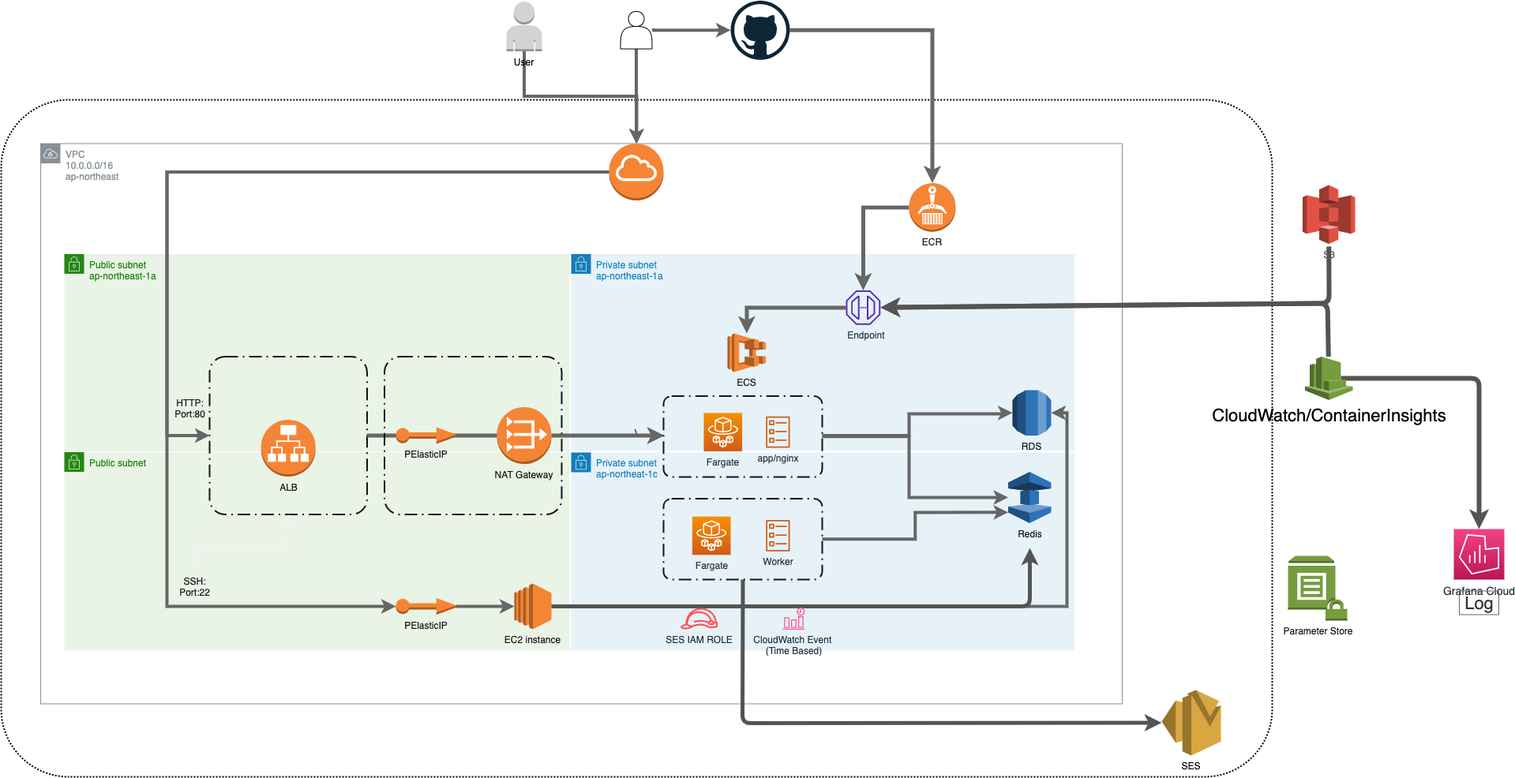
This is .doc/aws.png from comu2e/DemoTerraform, a draw.io export, as it was before one commit. Source tidied: cells renumbered, new cells last; positions are measured from the earlier drawing's top-left corner, leaving out a move shared by most shapes.
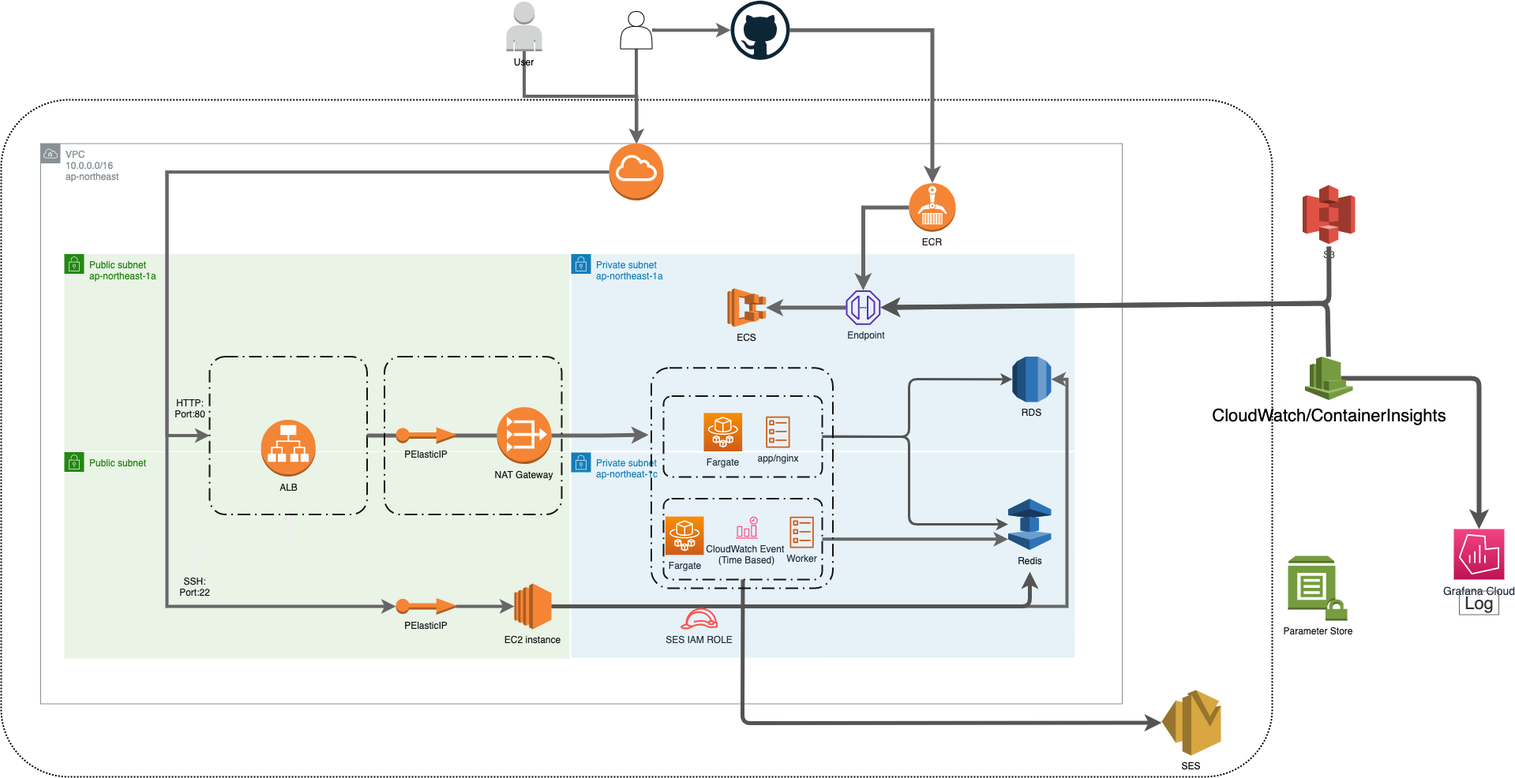
The same diagram one commit later.

The edit, as a diff of the source:
```diff
@@ -12,18 +12,16 @@
       <mxGeometry x="50" y="181.5" width="1370" height="710" as="geometry" />
     </mxCell>
     <mxCell id="5" value="Private subnet&lt;br&gt;ap-northeat-1c" style="gradientColor=none;html=1;whiteSpace=wrap;fontSize=12;fontStyle=0;shape=mxgraph.aws4.group;grIcon=mxgraph.aws4.group_security_group;grStroke=0;strokeColor=#147EBA;fillColor=#E6F2F8;verticalAlign=top;align=left;spacingLeft=30;fontColor=#147EBA;dashed=0;" parent="1" vertex="1">
-      <mxGeometry x="722" y="573" width="638" height="251" as="geometry" />
+      <mxGeometry x="722" y="573" width="638" height="260" as="geometry" />
     </mxCell>
     <mxCell id="6" value="Public subnet" style="gradientColor=none;html=1;whiteSpace=wrap;fontSize=12;fontStyle=0;shape=mxgraph.aws4.group;grIcon=mxgraph.aws4.group_security_group;grStroke=0;strokeColor=#248814;fillColor=#E9F3E6;verticalAlign=top;align=left;spacingLeft=30;fontColor=#248814;dashed=0;" parent="1" vertex="1">
-      <mxGeometry x="80" y="572.5" width="640" height="251.5" as="geometry" />
+      <mxGeometry x="80" y="572.5" width="640" height="261.5" as="geometry" />
     </mxCell>
     <mxCell id="7" value="Public subnet&lt;br&gt;ap-northeast-1a" style="gradientColor=none;html=1;whiteSpace=wrap;fontSize=12;fontStyle=0;shape=mxgraph.aws4.group;grIcon=mxgraph.aws4.group_security_group;grStroke=0;strokeColor=#248814;fillColor=#E9F3E6;verticalAlign=top;align=left;spacingLeft=30;fontColor=#248814;dashed=0;" parent="1" vertex="1">
       <mxGeometry x="80" y="321.5" width="640" height="250" as="geometry" />
     </mxCell>
-    <mxCell id="8" style="edgeStyle=orthogonalEdgeStyle;rounded=0;jettySize=auto;html=1;exitX=1;exitY=0.5;exitDx=0;exitDy=0;entryX=0;entryY=0.5;entryDx=0;entryDy=0;strokeWidth=5;fillColor=#f5f5f5;strokeColor=#666666;startArrow=none;" parent="1" edge="1" source="37">
-      <mxGeometry relative="1" as="geometry">
-        <mxPoint x="840" y="551.5" as="targetPoint" />
-      </mxGeometry>
+    <mxCell id="8" style="edgeStyle=orthogonalEdgeStyle;rounded=0;jettySize=auto;html=1;exitX=1;exitY=0.5;exitDx=0;exitDy=0;entryX=-0.015;entryY=0.304;entryDx=0;entryDy=0;strokeWidth=5;fillColor=#f5f5f5;strokeColor=#666666;startArrow=none;entryPerimeter=0;" parent="1" edge="1" source="37" target="62">
+      <mxGeometry relative="1" as="geometry" />
     </mxCell>
     <mxCell id="9" style="rounded=1;arcSize=10;dashed=1;fillColor=none;gradientColor=none;dashPattern=8 3 1 3;strokeWidth=2;strokeColor=#141414;" parent="1" vertex="1">
       <mxGeometry x="264" y="451.5" width="199.5" height="200" as="geometry" />
@@ -35,14 +33,14 @@
       <mxGeometry x="329.2" y="531.5" width="69" height="72" as="geometry" />
     </mxCell>
     <mxCell id="12" value="&lt;font color=&quot;#141414&quot;&gt;RDS&lt;/font&gt;" style="outlineConnect=0;dashed=0;verticalLabelPosition=bottom;verticalAlign=top;align=center;html=1;shape=mxgraph.aws3.rds;fillColor=#2E73B8;gradientColor=none;" parent="1" vertex="1">
-      <mxGeometry x="1281" y="494" width="49" height="57.5" as="geometry" />
+      <mxGeometry x="1281" y="451.5" width="49" height="57.5" as="geometry" />
     </mxCell>
     <mxCell id="13" style="edgeStyle=orthogonalEdgeStyle;rounded=0;jettySize=auto;html=1;exitX=1;exitY=0.5;exitDx=0;exitDy=0;exitPerimeter=0;entryX=1;entryY=0.5;entryDx=0;entryDy=0;entryPerimeter=0;strokeWidth=4;fillColor=#f5f5f5;strokeColor=#666666;" parent="1" edge="1" source="15" target="12">
       <mxGeometry relative="1" as="geometry" />
     </mxCell>
     <mxCell id="14" style="edgeStyle=none;jumpSize=13;html=1;exitX=1;exitY=0.5;exitDx=0;exitDy=0;exitPerimeter=0;strokeColor=#545454;strokeWidth=5;" parent="1" edge="1" source="15">
       <mxGeometry relative="1" as="geometry">
-        <mxPoint x="1303" y="694" as="targetPoint" />
+        <mxPoint x="1303" y="724" as="targetPoint" />
         <Array as="points">
           <mxPoint x="1303" y="768" />
         </Array>
@@ -52,7 +50,7 @@
       <mxGeometry x="650" y="739" width="47" height="58" as="geometry" />
     </mxCell>
     <mxCell id="16" value="&lt;font color=&quot;#141414&quot;&gt;Redis&lt;/font&gt;" style="outlineConnect=0;dashed=0;verticalLabelPosition=bottom;verticalAlign=top;align=center;html=1;shape=mxgraph.aws3.elasticache;fillColor=#2E73B8;gradientColor=none;" parent="1" vertex="1">
-      <mxGeometry x="1275.5" y="597.5" width="54.5" height="65" as="geometry" />
+      <mxGeometry x="1275.5" y="631.5" width="54.5" height="65" as="geometry" />
     </mxCell>
     <mxCell id="17" style="edgeStyle=orthogonalEdgeStyle;rounded=0;jettySize=auto;html=1;exitX=1;exitY=0.5;exitDx=0;exitDy=0;exitPerimeter=0;entryX=0;entryY=0.5;entryDx=0;entryDy=0;entryPerimeter=0;strokeWidth=4;fillColor=#f5f5f5;strokeColor=#666666;" parent="1" edge="1" source="18" target="15">
       <mxGeometry relative="1" as="geometry" />
@@ -118,16 +116,6 @@
         </Array>
       </mxGeometry>
     </mxCell>
-    <mxCell id="32" style="edgeStyle=orthogonalEdgeStyle;rounded=0;jettySize=auto;html=1;exitX=1;exitY=0.5;exitDx=0;exitDy=0;entryX=0;entryY=0.5;entryDx=0;entryDy=0;entryPerimeter=0;strokeWidth=4;fillColor=#f5f5f5;strokeColor=#666666;" parent="1" edge="1" target="12">
-      <mxGeometry relative="1" as="geometry">
-        <mxPoint x="1040" y="551.5" as="sourcePoint" />
-        <Array as="points">
-          <mxPoint x="1150" y="552" />
-          <mxPoint x="1150" y="524" />
-          <mxPoint x="1270" y="524" />
-        </Array>
-      </mxGeometry>
-    </mxCell>
     <mxCell id="33" style="edgeStyle=orthogonalEdgeStyle;rounded=0;jettySize=auto;html=1;strokeColor=#F0F0F0;strokeWidth=4;" parent="1" edge="1" source="34" target="9">
       <mxGeometry relative="1" as="geometry" />
     </mxCell>
@@ -179,7 +167,7 @@
       <mxGeometry x="1070" y="367.5" width="43.8" height="43.8" as="geometry" />
     </mxCell>
     <mxCell id="47" value="&lt;font color=&quot;#141414&quot;&gt;ECS&lt;/font&gt;" style="outlineConnect=0;dashed=0;verticalLabelPosition=bottom;verticalAlign=top;align=center;html=1;shape=mxgraph.aws3.ecs;fillColor=#F58534;gradientColor=none;" parent="1" vertex="1">
-      <mxGeometry x="920" y="422.1" width="48.7" height="48.9" as="geometry" />
+      <mxGeometry x="920" y="364.9" width="48.7" height="48.9" as="geometry" />
     </mxCell>
     <mxCell id="48" style="rounded=1;arcSize=10;dashed=1;fillColor=none;gradientColor=none;dashPattern=8 3 1 3;strokeWidth=2;strokeColor=#141414;" parent="1" vertex="1">
       <mxGeometry x="485.5" y="451.5" width="224.5" height="200" as="geometry" />
@@ -198,19 +186,28 @@
       <mxGeometry x="839" y="631.5" width="201" height="102.5" as="geometry" />
     </mxCell>
     <mxCell id="52" value="Worker" style="fontColor=#232F3E;gradientColor=none;fillColor=#D05C17;strokeColor=none;dashed=0;verticalLabelPosition=bottom;verticalAlign=top;align=center;html=1;fontSize=12;fontStyle=0;shape=mxgraph.aws4.ecs_task;" parent="1" vertex="1">
-      <mxGeometry x="968.7" y="658.4" width="30.3" height="40" as="geometry" />
+      <mxGeometry x="999" y="654.1" width="30.3" height="40" as="geometry" />
     </mxCell>
     <mxCell id="53" value="Fargate" style="fontColor=#232F3E;gradientColor=#F78E04;gradientDirection=north;fillColor=#D05C17;strokeColor=#ffffff;dashed=0;verticalLabelPosition=bottom;verticalAlign=top;align=center;html=1;fontSize=12;fontStyle=0;shape=mxgraph.aws4.resourceIcon;resIcon=mxgraph.aws4.fargate;" parent="1" vertex="1">
-      <mxGeometry x="875.4" y="654.1" width="48.6" height="48.6" as="geometry" />
+      <mxGeometry x="841.4" y="654.1" width="48.6" height="48.6" as="geometry" />
     </mxCell>
-    <mxCell id="54" style="edgeStyle=orthogonalEdgeStyle;rounded=0;jettySize=auto;html=1;exitX=1;exitY=0.5;exitDx=0;exitDy=0;fillColor=#f5f5f5;strokeColor=#666666;strokeWidth=4;" parent="1" edge="1" source="55" target="16">
+    <mxCell id="54" style="edgeStyle=none;html=1;strokeColor=#545454;strokeWidth=3;" parent="1" edge="1" source="55" target="16">
       <mxGeometry relative="1" as="geometry">
         <Array as="points">
           <mxPoint x="1150" y="553" />
-          <mxPoint x="1150" y="630" />
+          <mxPoint x="1150" y="664" />
         </Array>
       </mxGeometry>
     </mxCell>
+    <mxCell id="61" style="edgeStyle=none;html=1;entryX=0;entryY=0.5;entryDx=0;entryDy=0;entryPerimeter=0;strokeColor=#545454;strokeWidth=3;" parent="1" edge="1" source="55" target="12">
+      <mxGeometry relative="1" as="geometry">
+        <Array as="points">
+          <mxPoint x="1150" y="553" />
+          <mxPoint x="1150" y="523" />
+          <mxPoint x="1150" y="480" />
+        </Array>
+      </mxGeometry>
+    </mxCell>
     <mxCell id="55" style="rounded=1;arcSize=10;dashed=1;fillColor=none;gradientColor=none;dashPattern=8 3 1 3;strokeWidth=2;strokeColor=#141414;" parent="1" vertex="1">
       <mxGeometry x="839" y="501.5" width="201" height="102.5" as="geometry" />
     </mxCell>
@@ -227,7 +224,10 @@
       <mxGeometry x="860" y="769.9" width="48" height="27.1" as="geometry" />
     </mxCell>
     <mxCell id="60" value="CloudWatch Event &lt;br&gt;(Time Based)" style="fontColor=#232F3E;gradientColor=none;fillColor=#FF4F8B;strokeColor=none;dashed=0;verticalLabelPosition=bottom;verticalAlign=top;align=center;html=1;fontSize=12;fontStyle=0;shape=mxgraph.aws4.event_time_based;" parent="1" vertex="1">
-      <mxGeometry x="990" y="769.5" width="27.9" height="27.9" as="geometry" />
+      <mxGeometry x="930.4" y="654.1" width="27.9" height="27.9" as="geometry" />
     </mxCell>
+    <mxCell id="62" style="rounded=1;arcSize=10;dashed=1;fillColor=none;gradientColor=none;dashPattern=8 3 1 3;strokeWidth=2;strokeColor=#141414;" parent="1" vertex="1">
+      <mxGeometry x="823.5" y="465.7" width="230" height="279.3" as="geometry" />
+    </mxCell>
   </root>
 </mxGraphModel>
```
